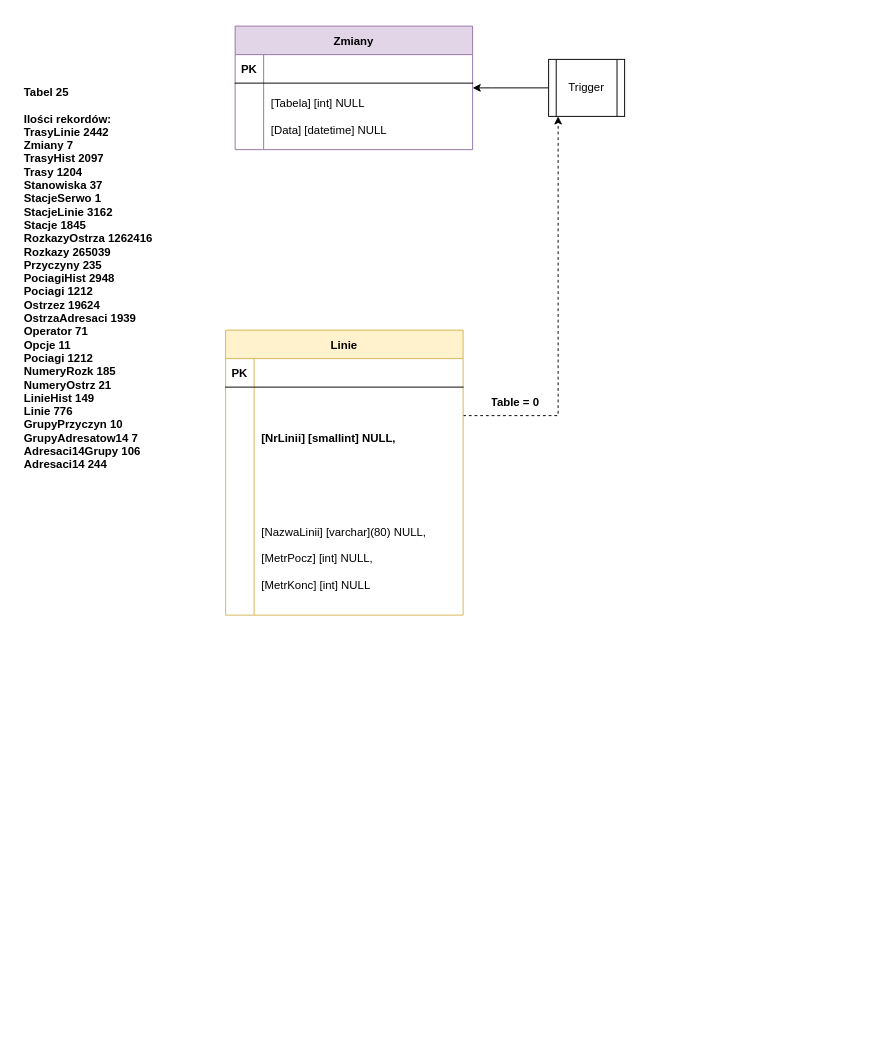
Earlier version of the draw.io diagram Diagram bez tytułu.drawio (TBochynski/Project). Source tidied: cells renumbered, new cells numbered last; positions are measured from the earlier drawing's top-left corner, leaving out a move shared by most shapes. Both pictures are drawn from the tidied source at 95%, with x=0, y=0 at pixel (16, 16).
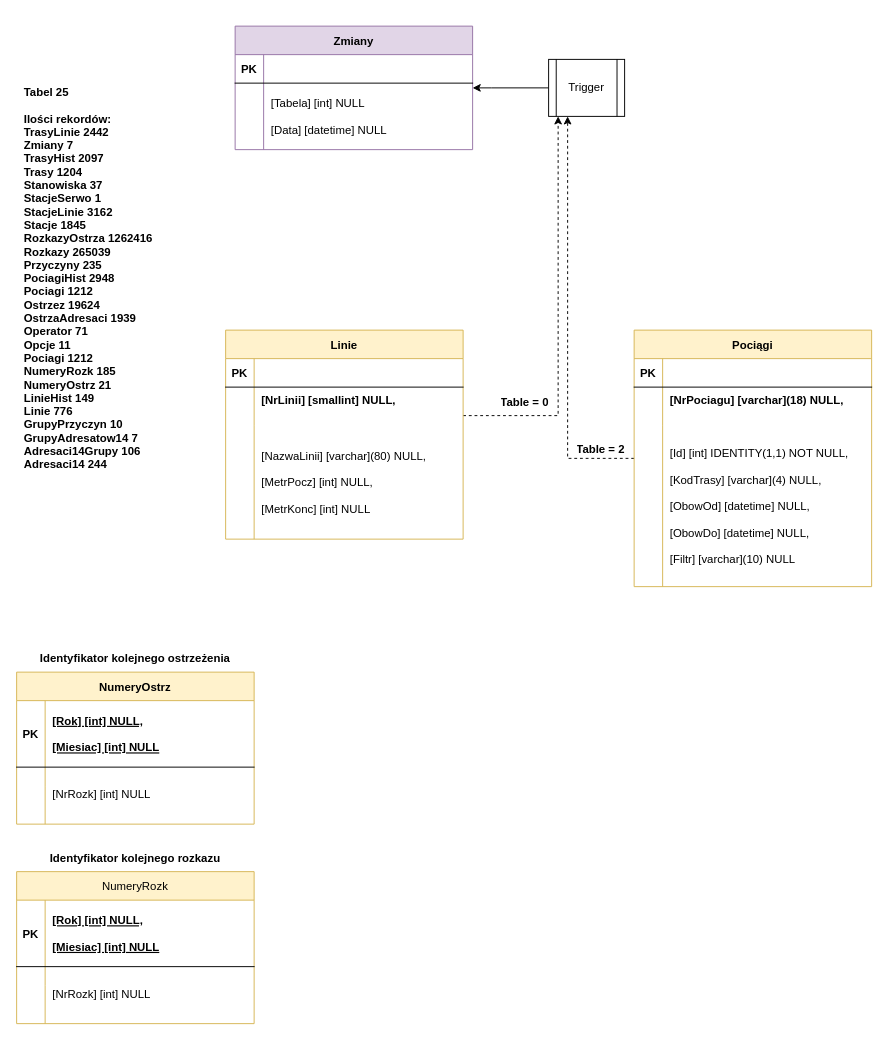
The same page after the edit.

Unchanged cells that the change refers to:
```xml
<mxCell id="21" value="Trigger" style="shape=process;whiteSpace=wrap;html=1;backgroundOutline=1;" parent="1" vertex="1">
  <mxGeometry x="560" y="45" width="80" height="60" as="geometry" />
</mxCell>
```

Change to the diagram source:
```diff
@@
     <mxCell id="3" value="Linie" style="shape=table;startSize=30;childLayout=tableLayout;rowLines=0;fontStyle=1;align=center;fillColor=#fff2cc;strokeColor=#d6b656;" parent="1" vertex="1">
-      <mxGeometry x="220" y="330" width="250" height="300" as="geometry" />
+      <mxGeometry x="220" y="330" width="250" height="220" as="geometry" />
     </mxCell>
@@
     <mxCell id="7" style="shape=partialRectangle;fillColor=none;top=0;left=0;right=0;bottom=0;strokeColor=default;" parent="3" vertex="1">
-      <mxGeometry y="60" width="250" height="120" as="geometry" />
+      <mxGeometry y="60" width="250" height="40" as="geometry" />
     </mxCell>
     <mxCell id="8" style="shape=partialRectangle;overflow=hidden;fillColor=none;top=0;left=0;bottom=0;right=0;" parent="7" vertex="1">
-      <mxGeometry width="30" height="120" as="geometry" />
+      <mxGeometry width="30" height="40" as="geometry" />
     </mxCell>
     <mxCell id="9" value="[NrLinii] [smallint] NULL,&#10;" style="shape=partialRectangle;overflow=hidden;fillColor=none;top=0;left=0;bottom=0;right=0;align=left;spacingLeft=6;fontStyle=1;" parent="7" vertex="1">
-      <mxGeometry x="30" width="220" height="120" as="geometry" />
+      <mxGeometry x="30" width="220" height="40" as="geometry" />
     </mxCell>
     <mxCell id="10" style="shape=partialRectangle;fillColor=none;top=0;left=0;right=0;bottom=0;strokeColor=default;" parent="3" vertex="1">
-      <mxGeometry y="180" width="250" height="120" as="geometry" />
+      <mxGeometry y="100" width="250" height="120" as="geometry" />
     </mxCell>
@@
     <mxCell id="22" value="Table = 0" style="shape=partialRectangle;overflow=hidden;fillColor=none;top=0;left=0;bottom=0;right=0;fontStyle=1;" parent="1" vertex="1">
-      <mxGeometry x="500" y="390" width="50" height="30" as="geometry" />
+      <mxGeometry x="510" y="390" width="50" height="30" as="geometry" />
     </mxCell>
@@
+    <mxCell id="24" style="edgeStyle=orthogonalEdgeStyle;rounded=0;jettySize=auto;html=1;entryX=0.25;entryY=1;entryDx=0;entryDy=0;dashed=1;" parent="1" edge="1" source="25" target="21">
+      <mxGeometry relative="1" as="geometry" />
+    </mxCell>
+    <mxCell id="25" value="Pociągi" style="shape=table;startSize=30;childLayout=tableLayout;rowLines=0;fontStyle=1;align=center;fillColor=#fff2cc;strokeColor=#d6b656;" parent="1" vertex="1">
+      <mxGeometry x="650" y="330" width="250" height="270" as="geometry" />
+    </mxCell>
+    <mxCell id="26" style="shape=partialRectangle;fillColor=none;top=0;left=0;right=0;bottom=1;" parent="25" vertex="1">
+      <mxGeometry y="30" width="250" height="30" as="geometry" />
+    </mxCell>
+    <mxCell id="27" value="PK" style="shape=partialRectangle;overflow=hidden;fillColor=none;top=0;left=0;bottom=0;right=0;fontStyle=1;" parent="26" vertex="1">
+      <mxGeometry width="30" height="30" as="geometry" />
+    </mxCell>
+    <mxCell id="28" style="shape=partialRectangle;overflow=hidden;fillColor=none;top=0;left=0;bottom=0;right=0;align=left;spacingLeft=6;fontStyle=5;" parent="26" vertex="1">
+      <mxGeometry x="30" width="220" height="30" as="geometry" />
+    </mxCell>
+    <mxCell id="29" style="shape=partialRectangle;fillColor=none;top=0;left=0;right=0;bottom=0;strokeColor=default;" parent="25" vertex="1">
+      <mxGeometry y="60" width="250" height="40" as="geometry" />
+    </mxCell>
+    <mxCell id="30" style="shape=partialRectangle;overflow=hidden;fillColor=none;top=0;left=0;bottom=0;right=0;" parent="29" vertex="1">
+      <mxGeometry width="30" height="40" as="geometry" />
+    </mxCell>
+    <mxCell id="31" value="[NrPociagu] [varchar](18) NULL,&#10;" style="shape=partialRectangle;overflow=hidden;fillColor=none;top=0;left=0;bottom=0;right=0;align=left;spacingLeft=6;fontStyle=1;" parent="29" vertex="1">
+      <mxGeometry x="30" width="220" height="40" as="geometry" />
+    </mxCell>
+    <mxCell id="32" style="shape=partialRectangle;fillColor=none;top=0;left=0;right=0;bottom=0;strokeColor=default;" parent="25" vertex="1">
+      <mxGeometry y="100" width="250" height="170" as="geometry" />
+    </mxCell>
+    <mxCell id="33" style="shape=partialRectangle;overflow=hidden;fillColor=none;top=0;left=0;bottom=0;right=0;" parent="32" vertex="1">
+      <mxGeometry width="30" height="170" as="geometry" />
+    </mxCell>
+    <mxCell id="34" value="&#9;[Id] [int] IDENTITY(1,1) NOT NULL,&#10;&#10;&#9;[KodTrasy] [varchar](4) NULL,&#10;&#10;&#9;[ObowOd] [datetime] NULL,&#10;&#10;&#9;[ObowDo] [datetime] NULL,&#10;&#10;&#9;[Filtr] [varchar](10) NULL" style="shape=partialRectangle;overflow=hidden;fillColor=none;top=0;left=0;bottom=0;right=0;align=left;spacingLeft=6;fontStyle=0;" parent="32" vertex="1">
+      <mxGeometry x="30" width="220" height="170" as="geometry" />
+    </mxCell>
+    <mxCell id="35" value="Table = 2" style="shape=partialRectangle;overflow=hidden;fillColor=none;top=0;left=0;bottom=0;right=0;fontStyle=1;" parent="1" vertex="1">
+      <mxGeometry x="590" y="440" width="50" height="30" as="geometry" />
+    </mxCell>
+    <mxCell id="36" value="NumeryRozk" style="shape=table;startSize=30;childLayout=tableLayout;rowLines=0;fontStyle=0;align=center;fillColor=#fff2cc;strokeColor=#d6b656;" parent="1" vertex="1">
+      <mxGeometry y="900" width="250" height="160" as="geometry" />
+    </mxCell>
+    <mxCell id="37" style="shape=partialRectangle;fillColor=none;top=0;left=0;right=0;bottom=1;" parent="36" vertex="1">
+      <mxGeometry y="30" width="250" height="70" as="geometry" />
+    </mxCell>
+    <mxCell id="38" value="PK" style="shape=partialRectangle;overflow=hidden;fillColor=none;top=0;left=0;bottom=0;right=0;fontStyle=1;" parent="37" vertex="1">
+      <mxGeometry width="30" height="70" as="geometry" />
+    </mxCell>
+    <mxCell id="39" value="[Rok] [int] NULL,&#10;&#10;[Miesiac] [int] NULL" style="shape=partialRectangle;overflow=hidden;fillColor=none;top=0;left=0;bottom=0;right=0;align=left;spacingLeft=6;fontStyle=5;" parent="37" vertex="1">
+      <mxGeometry x="30" width="220" height="70" as="geometry" />
+    </mxCell>
+    <mxCell id="40" style="shape=partialRectangle;fillColor=none;top=0;left=0;right=0;bottom=0;strokeColor=default;" parent="36" vertex="1">
+      <mxGeometry y="100" width="250" height="20" as="geometry" />
+    </mxCell>
+    <mxCell id="41" style="shape=partialRectangle;overflow=hidden;fillColor=none;top=0;left=0;bottom=0;right=0;" parent="40" vertex="1">
+      <mxGeometry width="30" height="20" as="geometry" />
+    </mxCell>
+    <mxCell id="42" value="&#10;" style="shape=partialRectangle;overflow=hidden;fillColor=none;top=0;left=0;bottom=0;right=0;align=left;spacingLeft=6;fontStyle=1;" parent="40" vertex="1">
+      <mxGeometry x="30" width="220" height="20" as="geometry" />
+    </mxCell>
+    <mxCell id="43" style="shape=partialRectangle;fillColor=none;top=0;left=0;right=0;bottom=0;strokeColor=default;" parent="36" vertex="1">
+      <mxGeometry y="120" width="250" height="40" as="geometry" />
+    </mxCell>
+    <mxCell id="44" style="shape=partialRectangle;overflow=hidden;fillColor=none;top=0;left=0;bottom=0;right=0;" parent="43" vertex="1">
+      <mxGeometry width="30" height="40" as="geometry" />
+    </mxCell>
+    <mxCell id="45" value="[NrRozk] [int] NULL&#10;&#10;" style="shape=partialRectangle;overflow=hidden;fillColor=none;top=0;left=0;bottom=0;right=0;align=left;spacingLeft=6;fontStyle=0;" parent="43" vertex="1">
+      <mxGeometry x="30" width="220" height="40" as="geometry" />
+    </mxCell>
+    <mxCell id="46" value="NumeryOstrz" style="shape=table;startSize=30;childLayout=tableLayout;rowLines=0;fontStyle=1;align=center;fillColor=#fff2cc;strokeColor=#d6b656;" parent="1" vertex="1">
+      <mxGeometry y="690" width="250" height="160" as="geometry" />
+    </mxCell>
+    <mxCell id="47" style="shape=partialRectangle;fillColor=none;top=0;left=0;right=0;bottom=1;" parent="46" vertex="1">
+      <mxGeometry y="30" width="250" height="70" as="geometry" />
+    </mxCell>
+    <mxCell id="48" value="PK" style="shape=partialRectangle;overflow=hidden;fillColor=none;top=0;left=0;bottom=0;right=0;fontStyle=1;" parent="47" vertex="1">
+      <mxGeometry width="30" height="70" as="geometry" />
+    </mxCell>
+    <mxCell id="49" value="[Rok] [int] NULL,&#10;&#10;[Miesiac] [int] NULL" style="shape=partialRectangle;overflow=hidden;fillColor=none;top=0;left=0;bottom=0;right=0;align=left;spacingLeft=6;fontStyle=5;" parent="47" vertex="1">
+      <mxGeometry x="30" width="220" height="70" as="geometry" />
+    </mxCell>
+    <mxCell id="50" style="shape=partialRectangle;fillColor=none;top=0;left=0;right=0;bottom=0;strokeColor=default;" parent="46" vertex="1">
+      <mxGeometry y="100" width="250" height="20" as="geometry" />
+    </mxCell>
+    <mxCell id="51" style="shape=partialRectangle;overflow=hidden;fillColor=none;top=0;left=0;bottom=0;right=0;" parent="50" vertex="1">
+      <mxGeometry width="30" height="20" as="geometry" />
+    </mxCell>
+    <mxCell id="52" value="&#10;" style="shape=partialRectangle;overflow=hidden;fillColor=none;top=0;left=0;bottom=0;right=0;align=left;spacingLeft=6;fontStyle=1;" parent="50" vertex="1">
+      <mxGeometry x="30" width="220" height="20" as="geometry" />
+    </mxCell>
+    <mxCell id="53" style="shape=partialRectangle;fillColor=none;top=0;left=0;right=0;bottom=0;strokeColor=default;" parent="46" vertex="1">
+      <mxGeometry y="120" width="250" height="40" as="geometry" />
+    </mxCell>
+    <mxCell id="54" style="shape=partialRectangle;overflow=hidden;fillColor=none;top=0;left=0;bottom=0;right=0;" parent="53" vertex="1">
+      <mxGeometry width="30" height="40" as="geometry" />
+    </mxCell>
+    <mxCell id="55" value="[NrRozk] [int] NULL&#10;&#10;" style="shape=partialRectangle;overflow=hidden;fillColor=none;top=0;left=0;bottom=0;right=0;align=left;spacingLeft=6;fontStyle=0;" parent="53" vertex="1">
+      <mxGeometry x="30" width="220" height="40" as="geometry" />
+    </mxCell>
+    <mxCell id="56" value="Identyfikator kolejnego rozkazu" style="shape=partialRectangle;overflow=hidden;fillColor=none;top=0;left=0;bottom=0;right=0;fontStyle=1;" parent="1" vertex="1">
+      <mxGeometry y="870" width="250" height="30" as="geometry" />
+    </mxCell>
+    <mxCell id="57" value="Identyfikator kolejnego ostrzeżenia" style="shape=partialRectangle;overflow=hidden;fillColor=none;top=0;left=0;bottom=0;right=0;fontStyle=1;" parent="1" vertex="1">
+      <mxGeometry y="660" width="250" height="30" as="geometry" />
+    </mxCell>
```
